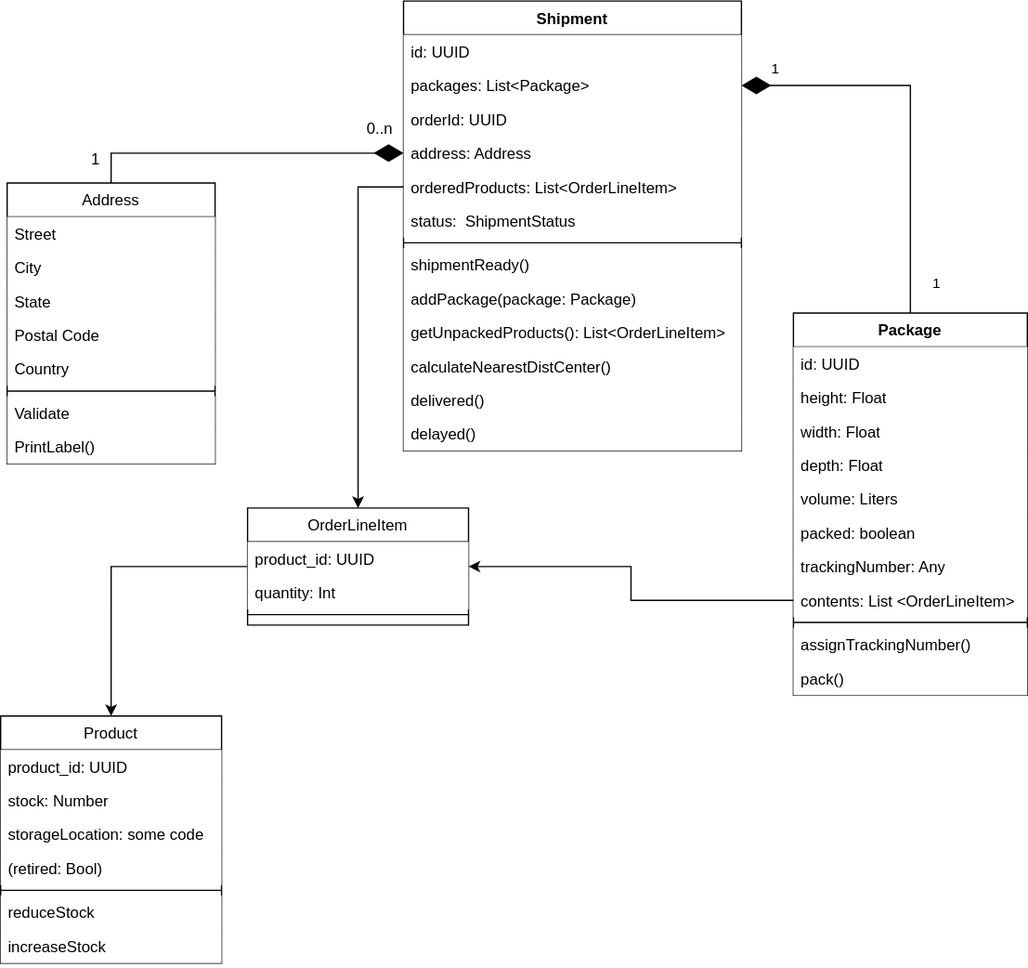
Above: shipping/ShipmentSchema.svg in eda-ecommerce/asyncapi (draw.io), before the change. Source tidied: cells renumbered, new cells last; positions are measured from the earlier drawing's top-left corner, leaving out a move shared by most shapes.
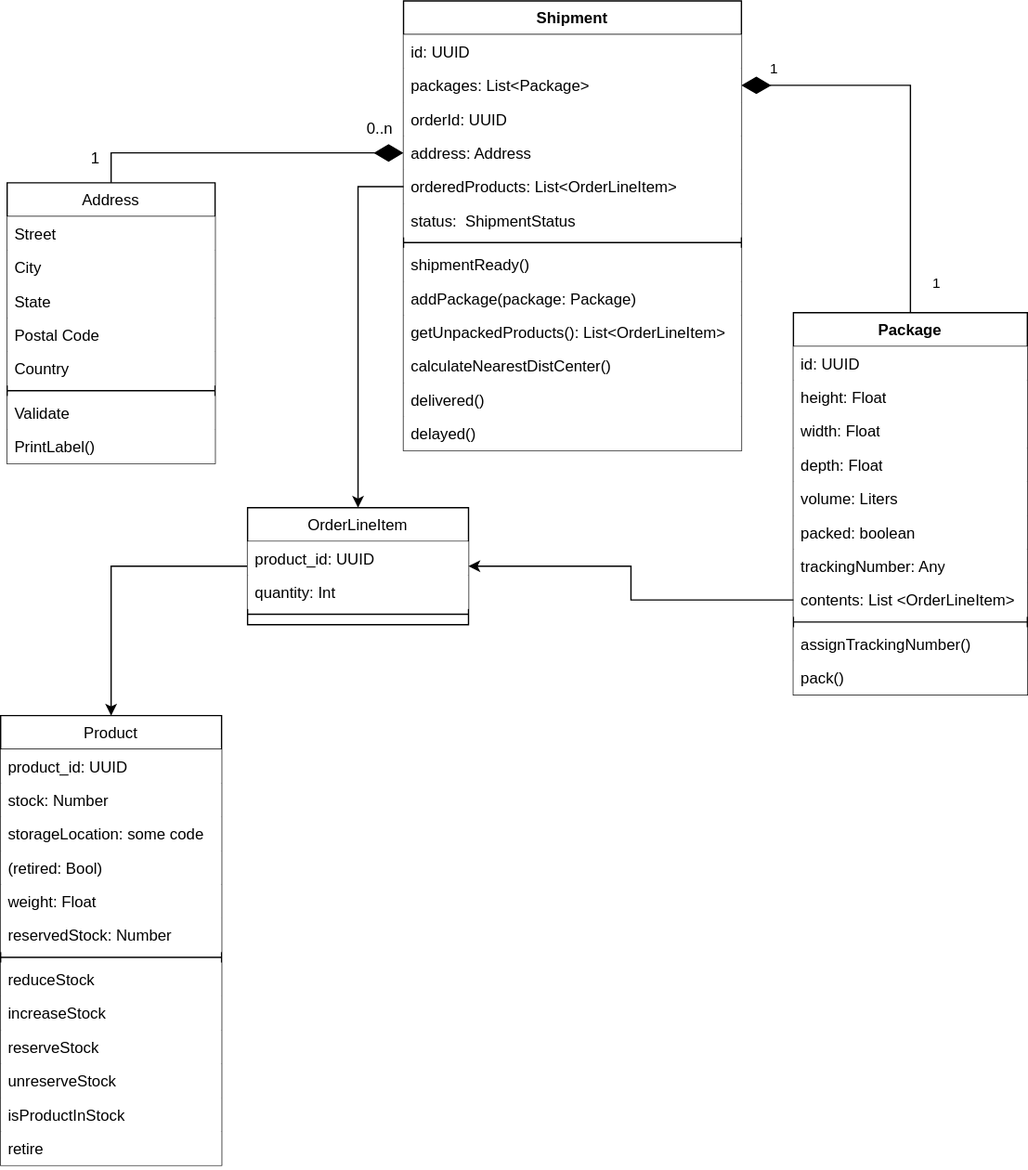
The same file after the commit.

What changed in the source:
```diff
@@ -157,7 +157,7 @@
       <mxGeometry relative="1" as="geometry" />
     </mxCell>
     <mxCell id="50" value="Product" style="swimlane;fontStyle=0;align=center;verticalAlign=top;horizontal=1;startSize=26;rounded=0;shadow=0;strokeWidth=1;fillStyle=solid;" parent="1" vertex="1">
-      <mxGeometry y="550" width="170" height="190" as="geometry" />
+      <mxGeometry y="550" width="170" height="346" as="geometry" />
     </mxCell>
     <mxCell id="51" value="product_id: UUID" style="text;align=left;verticalAlign=top;spacingLeft=4;spacingRight=4;overflow=hidden;fillColor=default;" parent="50" vertex="1">
       <mxGeometry y="26" width="170" height="26" as="geometry" />
@@ -171,14 +171,32 @@
     <mxCell id="54" value="(retired: Bool)" style="text;align=left;verticalAlign=top;spacingLeft=4;spacingRight=4;overflow=hidden;rounded=0;shadow=0;html=0;fillColor=default;" parent="50" vertex="1">
       <mxGeometry y="104" width="170" height="26" as="geometry" />
     </mxCell>
+    <mxCell id="58" value="weight: Float" style="text;align=left;verticalAlign=top;spacingLeft=4;spacingRight=4;overflow=hidden;rounded=0;shadow=0;html=0;fillColor=default;" parent="50" vertex="1">
+      <mxGeometry y="130" width="170" height="26" as="geometry" />
+    </mxCell>
+    <mxCell id="59" value="reservedStock: Number" style="text;align=left;verticalAlign=top;spacingLeft=4;spacingRight=4;overflow=hidden;rounded=0;shadow=0;html=0;fillColor=default;" parent="50" vertex="1">
+      <mxGeometry y="156" width="170" height="26" as="geometry" />
+    </mxCell>
     <mxCell id="55" style="line;html=1;strokeWidth=1;align=left;verticalAlign=middle;spacingTop=-1;spacingLeft=3;spacingRight=3;labelPosition=right;" parent="50" vertex="1">
-      <mxGeometry y="130" width="170" height="8" as="geometry" />
+      <mxGeometry y="182" width="170" height="8" as="geometry" />
     </mxCell>
     <mxCell id="56" value="reduceStock" style="text;align=left;verticalAlign=top;spacingLeft=4;spacingRight=4;overflow=hidden;fillColor=default;" parent="50" vertex="1">
-      <mxGeometry y="138" width="170" height="26" as="geometry" />
+      <mxGeometry y="190" width="170" height="26" as="geometry" />
     </mxCell>
     <mxCell id="57" value="increaseStock" style="text;align=left;verticalAlign=top;spacingLeft=4;spacingRight=4;overflow=hidden;fillColor=default;" parent="50" vertex="1">
-      <mxGeometry y="164" width="170" height="26" as="geometry" />
+      <mxGeometry y="216" width="170" height="26" as="geometry" />
     </mxCell>
+    <mxCell id="60" value="reserveStock" style="text;align=left;verticalAlign=top;spacingLeft=4;spacingRight=4;overflow=hidden;fillColor=default;" parent="50" vertex="1">
+      <mxGeometry y="242" width="170" height="26" as="geometry" />
+    </mxCell>
+    <mxCell id="61" value="unreserveStock" style="text;align=left;verticalAlign=top;spacingLeft=4;spacingRight=4;overflow=hidden;fillColor=default;" parent="50" vertex="1">
+      <mxGeometry y="268" width="170" height="26" as="geometry" />
+    </mxCell>
+    <mxCell id="62" value="isProductInStock" style="text;align=left;verticalAlign=top;spacingLeft=4;spacingRight=4;overflow=hidden;fillColor=default;" parent="50" vertex="1">
+      <mxGeometry y="294" width="170" height="26" as="geometry" />
+    </mxCell>
+    <mxCell id="63" value="retire" style="text;align=left;verticalAlign=top;spacingLeft=4;spacingRight=4;overflow=hidden;fillColor=default;" parent="50" vertex="1">
+      <mxGeometry y="320" width="170" height="26" as="geometry" />
+    </mxCell>
   </root>
 </mxGraphModel>
```
